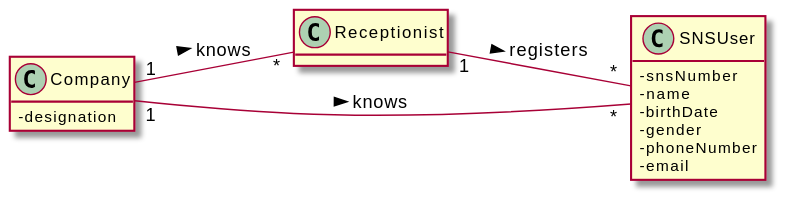
Before: docs/SprintB/US03/DM/US03_DM.svg, a diagram exported from PlantUML (miseEnPlace-i/lapr2).
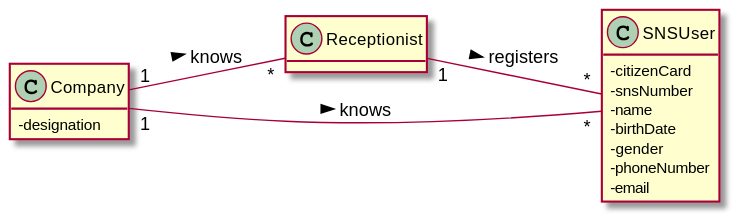
The same file after the commit.

The edit, as a diff of the source:
```diff
@@ -6,6 +6,7 @@
 class Receptionist { }
 
 class SNSUser {
+  - citizenCard
   - snsNumber
   - name
   - birthDate
```
